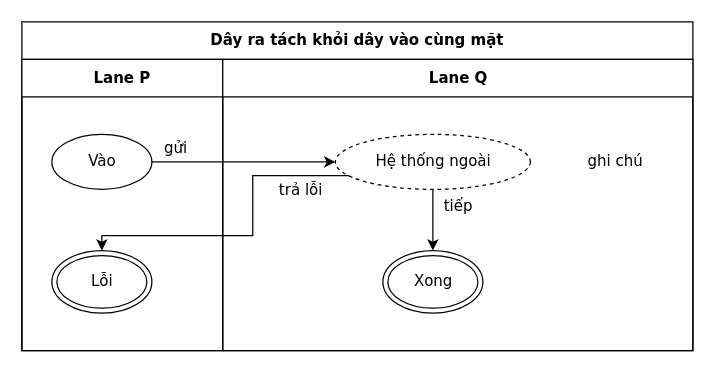
Earlier version of the draw.io diagram conformance/golden/optimize/cases-78-exit-port-apart-from-entry.drawio (luytbq/flowcast). Source tidied: cells renumbered, new cells numbered last; positions are measured from the earlier drawing's top-left corner, leaving out a move shared by most shapes. Both pictures are drawn from the tidied source at 125%, with x=0, y=0 at pixel (21, 21).
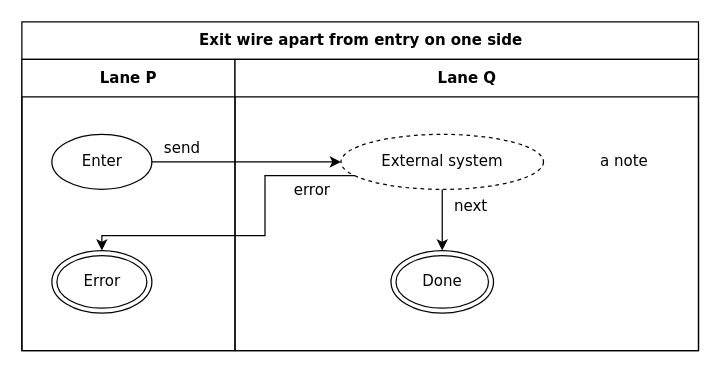
Above is the later version.

Diff of the diagram source:
```diff
@@
 <mxGraphModel>
   <root>
     <mxCell id="0" />
     <mxCell id="1" parent="0" />
-    <mxCell id="2" value="Dây ra tách khỏi dây vào cùng mặt" style="swimlane;html=1;startSize=30;fontStyle=1;fontFamily=Verdana;fontSize=12;flowtable=1;" parent="1" vertex="1">
-      <mxGeometry width="536.8" height="263" as="geometry" />
+    <mxCell id="2" value="Exit wire apart from entry on one side" style="swimlane;html=1;startSize=30;fontStyle=1;fontFamily=Verdana;fontSize=12;flowtable=1;" parent="1" vertex="1">
+      <mxGeometry width="541.3" height="263" as="geometry" />
     </mxCell>
     <mxCell id="3" value="Lane P" style="swimlane;html=1;startSize=30;fontFamily=Verdana;fontSize=12;flowtable=1;" parent="2" vertex="1">
-      <mxGeometry y="30" width="160.7" height="233" as="geometry" />
+      <mxGeometry y="30" width="170.5" height="233" as="geometry" />
     </mxCell>
     <mxCell id="4" value="Lane Q" style="swimlane;html=1;startSize=30;fontFamily=Verdana;fontSize=12;flowtable=1;" parent="2" vertex="1">
-      <mxGeometry x="160.7" y="30" width="376.1" height="233" as="geometry" />
+      <mxGeometry x="170.5" y="30" width="370.8" height="233" as="geometry" />
     </mxCell>
-    <mxCell id="5" value="Vào" style="ellipse;html=1;fontFamily=Verdana;fontSize=12;flowtable=1;" parent="3" vertex="1">
+    <mxCell id="5" value="Enter" style="ellipse;html=1;fontFamily=Verdana;fontSize=12;flowtable=1;" parent="3" vertex="1">
       <mxGeometry x="24" y="60" width="80" height="44" as="geometry" />
     </mxCell>
-    <mxCell id="6" value="Hệ thống ngoài" style="ellipse;html=1;dashed=1;fontFamily=Verdana;fontSize=12;flowtable=1;" parent="4" vertex="1">
-      <mxGeometry x="90.1" y="60" width="156" height="44" as="geometry" />
+    <mxCell id="6" value="External system" style="ellipse;html=1;dashed=1;fontFamily=Verdana;fontSize=12;flowtable=1;" parent="4" vertex="1">
+      <mxGeometry x="84.8" y="60" width="162" height="44" as="geometry" />
     </mxCell>
-    <mxCell id="7" value="ghi chú" style="text;html=1;align=left;verticalAlign=middle;spacingLeft=4;fontFamily=Verdana;fontSize=12;flowtable=1;" parent="4" vertex="1">
-      <mxGeometry x="286.1" y="68" width="66" height="28" as="geometry" />
+    <mxCell id="7" value="a note" style="text;html=1;align=left;verticalAlign=middle;spacingLeft=4;fontFamily=Verdana;fontSize=12;flowtable=1;" parent="4" vertex="1">
+      <mxGeometry x="286.8" y="68" width="60" height="28" as="geometry" />
     </mxCell>
-    <mxCell id="8" value="Xong" style="shape=doubleEllipse;html=1;fontFamily=Verdana;fontSize=12;flowtable=1;" parent="4" vertex="1">
-      <mxGeometry x="128.1" y="153" width="80" height="50" as="geometry" />
+    <mxCell id="8" value="Done" style="shape=doubleEllipse;html=1;fontFamily=Verdana;fontSize=12;flowtable=1;" parent="4" vertex="1">
+      <mxGeometry x="124.8" y="153" width="82" height="50" as="geometry" />
     </mxCell>
-    <mxCell id="9" value="Lỗi" style="shape=doubleEllipse;html=1;fontFamily=Verdana;fontSize=12;flowtable=1;" parent="3" vertex="1">
+    <mxCell id="9" value="Error" style="shape=doubleEllipse;html=1;fontFamily=Verdana;fontSize=12;flowtable=1;" parent="3" vertex="1">
       <mxGeometry x="24" y="153" width="80" height="50" as="geometry" />
     </mxCell>
-    <mxCell id="10" value="gửi" style="edgeStyle=orthogonalEdgeStyle;rounded=0;jettySize=auto;html=1;labelBackgroundColor=default;exitX=1;exitY=0.5;exitDx=0;exitDy=0;entryX=0;entryY=0.5;entryDx=0;entryDy=0;fontFamily=Verdana;fontSize=12;flowtable=1;" parent="2" edge="1" source="5" target="6">
-      <mxGeometry x="-0.74" relative="1" as="geometry">
+    <mxCell id="10" value="send" style="edgeStyle=orthogonalEdgeStyle;rounded=0;jettySize=auto;html=1;labelBackgroundColor=default;exitX=1;exitY=0.5;exitDx=0;exitDy=0;entryX=0;entryY=0.5;entryDx=0;entryDy=0;fontFamily=Verdana;fontSize=12;flowtable=1;" parent="2" edge="1" source="5" target="6">
+      <mxGeometry x="-0.68" relative="1" as="geometry">
         <mxPoint y="-11.5" as="offset" />
       </mxGeometry>
     </mxCell>
-    <mxCell id="11" value="tiếp" style="edgeStyle=orthogonalEdgeStyle;rounded=0;jettySize=auto;html=1;labelBackgroundColor=default;exitX=0.5;exitY=1;exitDx=0;exitDy=0;entryX=0.5;entryY=0;entryDx=0;entryDy=0;fontFamily=Verdana;fontSize=12;flowtable=1;" parent="2" edge="1" source="6" target="8">
+    <mxCell id="11" value="next" style="edgeStyle=orthogonalEdgeStyle;rounded=0;jettySize=auto;html=1;labelBackgroundColor=default;exitX=0.5;exitY=1;exitDx=0;exitDy=0;entryX=0.5;entryY=0;entryDx=0;entryDy=0;fontFamily=Verdana;fontSize=12;flowtable=1;" parent="2" edge="1" source="6" target="8">
       <mxGeometry x="-0.41" relative="1" as="geometry">
-        <mxPoint x="20.3" as="offset" />
+        <mxPoint x="22.3" as="offset" />
       </mxGeometry>
     </mxCell>
-    <mxCell id="12" value="trả lỗi" style="edgeStyle=orthogonalEdgeStyle;rounded=0;jettySize=auto;html=1;labelBackgroundColor=default;exitX=0.07;exitY=0.75;exitDx=0;exitDy=0;exitPerimeter=0;entryX=0.5;entryY=0;entryDx=0;entryDy=0;fontFamily=Verdana;fontSize=12;flowtable=1;" parent="2" edge="1" source="6" target="9">
-      <mxGeometry x="-0.7" relative="1" as="geometry">
+    <mxCell id="12" value="error" style="edgeStyle=orthogonalEdgeStyle;rounded=0;jettySize=auto;html=1;labelBackgroundColor=default;exitX=0.07;exitY=0.75;exitDx=0;exitDy=0;exitPerimeter=0;entryX=0.5;entryY=0;entryDx=0;entryDy=0;fontFamily=Verdana;fontSize=12;flowtable=1;" parent="2" edge="1" source="6" target="9">
+      <mxGeometry x="-0.73" relative="1" as="geometry">
         <Array as="points">
-          <mxPoint x="184.7" y="123" />
-          <mxPoint x="184.7" y="171" />
+          <mxPoint x="194.5" y="123" />
+          <mxPoint x="194.5" y="171" />
           <mxPoint x="64" y="171" />
         </Array>
         <mxPoint y="11.5" as="offset" />
       </mxGeometry>
     </mxCell>
   </root>
 </mxGraphModel>
```
